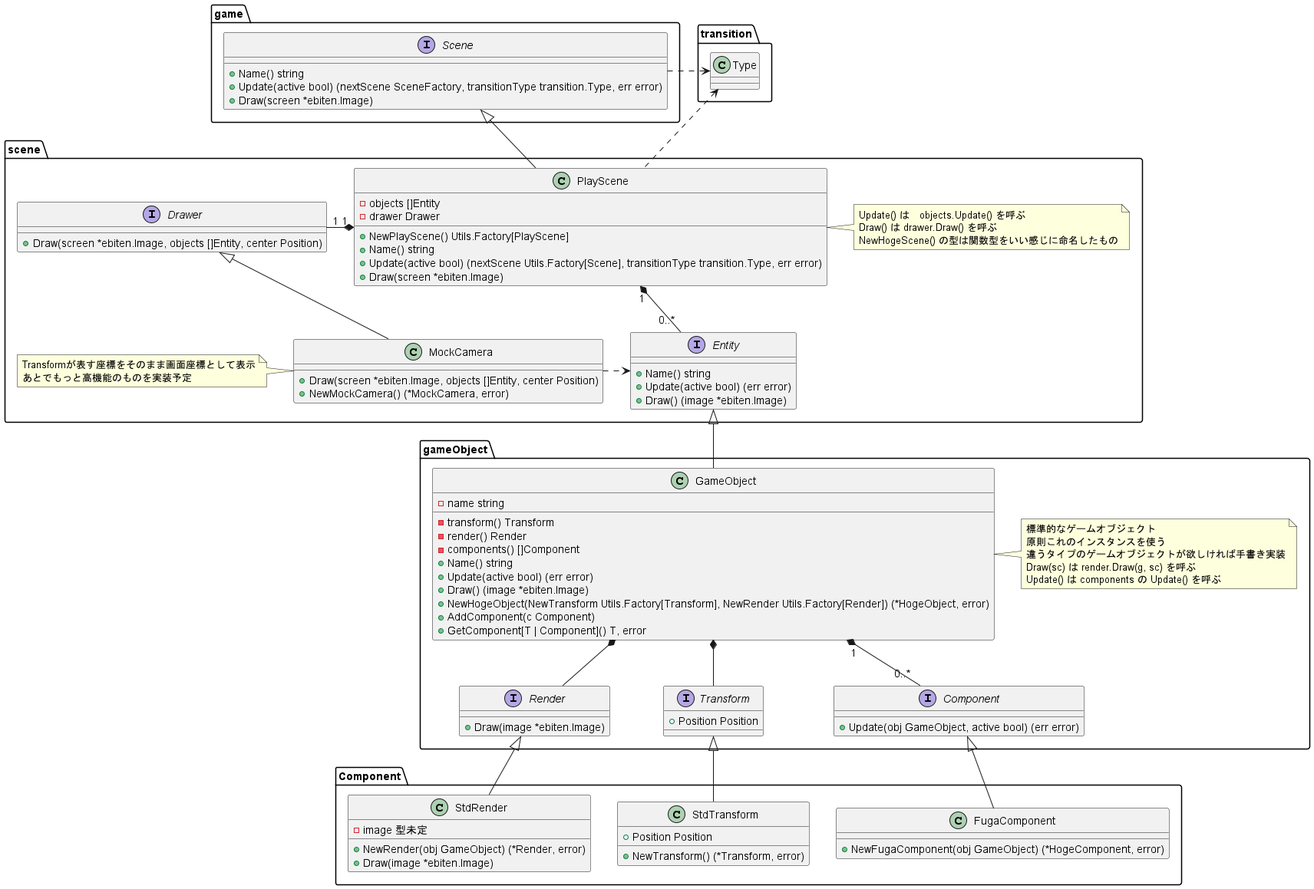
This is Docs/Scene_class_diagram.png from kmc-jp/Gamedev_Tempura-of-p--Phenylazo-phenol, a PlantUML export, as it was before one commit. Its diagram source:
```plantuml
@startuml Scene_class_diagram

package transition {
    class Type{}
}

package game {
    interface Scene {
        + Name() string
        + Update(active bool) (nextScene SceneFactory, transitionType transition.Type, err error)
        + Draw(screen *ebiten.Image)
    }

    Scene .right.> transition.Type
}

package scene {
    class PlayScene {
        - objects []Entity
        - drawer Drawer
        + NewPlayScene() Utils.Factory[PlayScene]
        + Name() string
        + Update(active bool) (nextScene Utils.Factory[Scene], transitionType transition.Type, err error)
        + Draw(screen *ebiten.Image)
    }
    note right of PlayScene : Update() は　objects.Update() を呼ぶ\nDraw() は drawer.Draw() を呼ぶ\nNewHogeScene() の型は関数型をいい感じに命名したもの

    PlayScene -up-|> game.Scene
    PlayScene .up.> transition.Type


    PlayScene "1" *-- "0..*" Entity
    PlayScene "1" *-left- "1" Drawer

    interface Entity {
        + Name() string
        + Update(active bool) (err error)
        + Draw() (image *ebiten.Image)
    }

    interface Drawer {
        + Draw(screen *ebiten.Image, objects []Entity, center Position)
    }

    class MockCamera {
        + Draw(screen *ebiten.Image, objects []Entity, center Position)
        + NewMockCamera() (*MockCamera, error)
    }
    note left of MockCamera : Transformが表す座標をそのまま画面座標として表示\nあとでもっと高機能のものを実装予定

    MockCamera -up-|> Drawer
    MockCamera .> Entity
}

package gameObject {
    class GameObject {
        - name string
        - transform() Transform
        - render() Render
        - components() []Component
        + Name() string
        + Update(active bool) (err error)
        + Draw() (image *ebiten.Image)
        + NewHogeObject(NewTransform Utils.Factory[Transform], NewRender Utils.Factory[Render]) (*HogeObject, error)
        + AddComponent(c Component)
        + GetComponent[T | Component]() T, error
    }
    note right of GameObject : 標準的なゲームオブジェクト\n原則これのインスタンスを使う\n違うタイプのゲームオブジェクトが欲しければ手書き実装\nDraw(sc) は render.Draw(g, sc) を呼ぶ\nUpdate() は components の Update() を呼ぶ

    GameObject -up-|> scene.Entity
    GameObject *-- Transform
    GameObject *-- Render

    GameObject "1" *-- "0..*" Component

    interface Transform {
        + Position Position
    }

    interface Render {
        + Draw(image *ebiten.Image)
    }

    interface Component {
        + Update(obj GameObject, active bool) (err error)
    }
}

package Component {
    class FugaComponent {
        + NewFugaComponent(obj GameObject) (*HogeComponent, error)
    }

    FugaComponent -up-|> gameObject.Component

    class StdTransform {
        + Position Position
        + NewTransform() (*Transform, error)
    }

    StdTransform -up-|> gameObject.Transform

    class StdRender {
        - image 型未定
        + NewRender(obj GameObject) (*Render, error)
        + Draw(image *ebiten.Image)
    }

    StdRender -up-|> gameObject.Render
}
@enduml
```
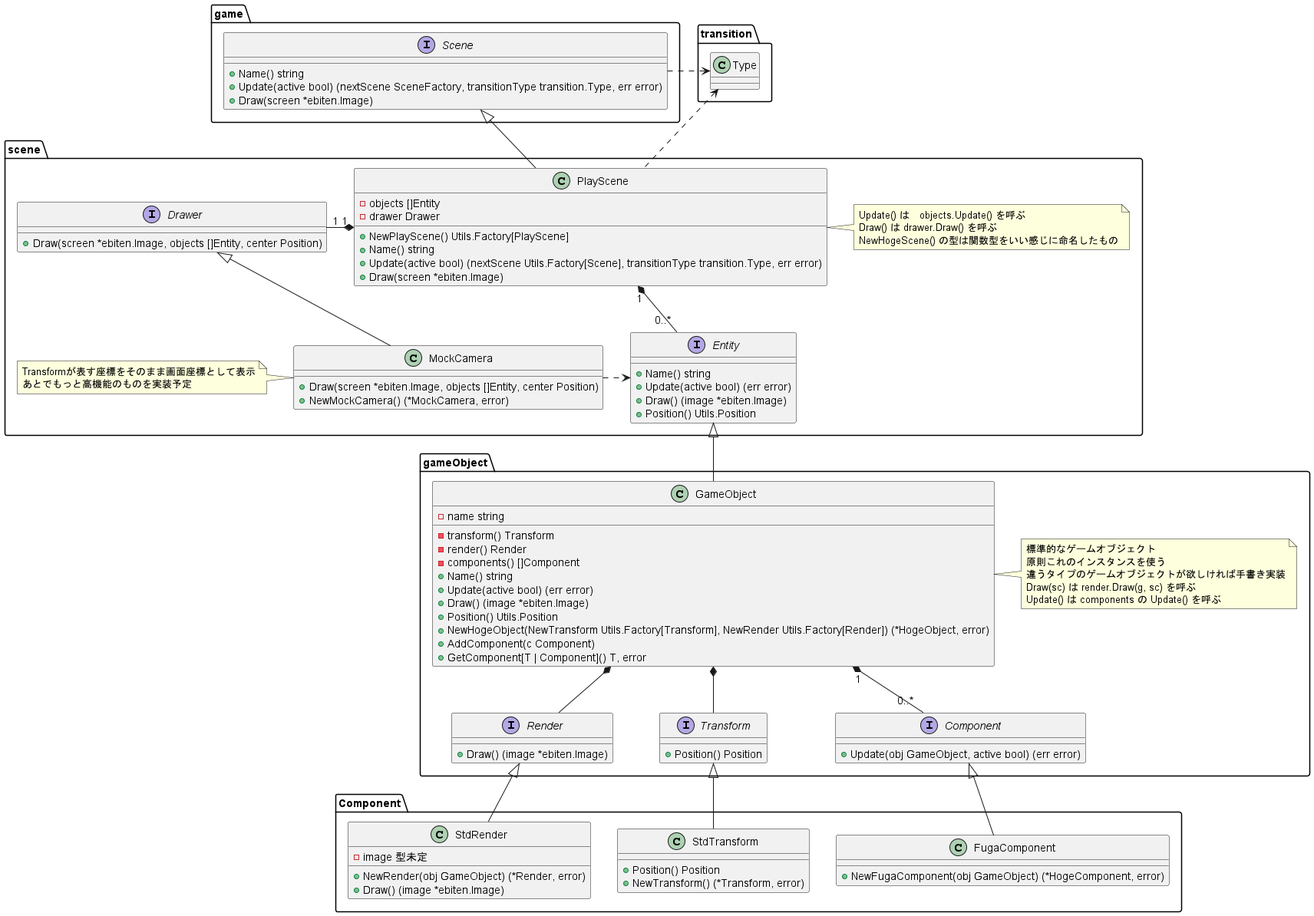
After the commit.

Commit message:
型をミスっていたので修正

What changed in the source:
```diff
@@ -36,6 +36,7 @@
         + Name() string
         + Update(active bool) (err error)
         + Draw() (image *ebiten.Image)
+        + Position() Utils.Position
     }
 
     interface Drawer {
@@ -61,6 +62,7 @@
         + Name() string
         + Update(active bool) (err error)
         + Draw() (image *ebiten.Image)
+        + Position() Utils.Position
         + NewHogeObject(NewTransform Utils.Factory[Transform], NewRender Utils.Factory[Render]) (*HogeObject, error)
         + AddComponent(c Component)
         + GetComponent[T | Component]() T, error
@@ -74,11 +76,11 @@
     GameObject "1" *-- "0..*" Component
 
     interface Transform {
-        + Position Position
+        + Position() Position
     }
 
     interface Render {
-        + Draw(image *ebiten.Image)
+        + Draw() (image *ebiten.Image)
     }
 
     interface Component {
@@ -94,7 +96,7 @@
     FugaComponent -up-|> gameObject.Component
 
     class StdTransform {
-        + Position Position
+        + Position() Position
         + NewTransform() (*Transform, error)
     }
 
@@ -103,7 +105,7 @@
     class StdRender {
         - image 型未定
         + NewRender(obj GameObject) (*Render, error)
-        + Draw(image *ebiten.Image)
+        + Draw() (image *ebiten.Image)
     }
 
     StdRender -up-|> gameObject.Render
```
